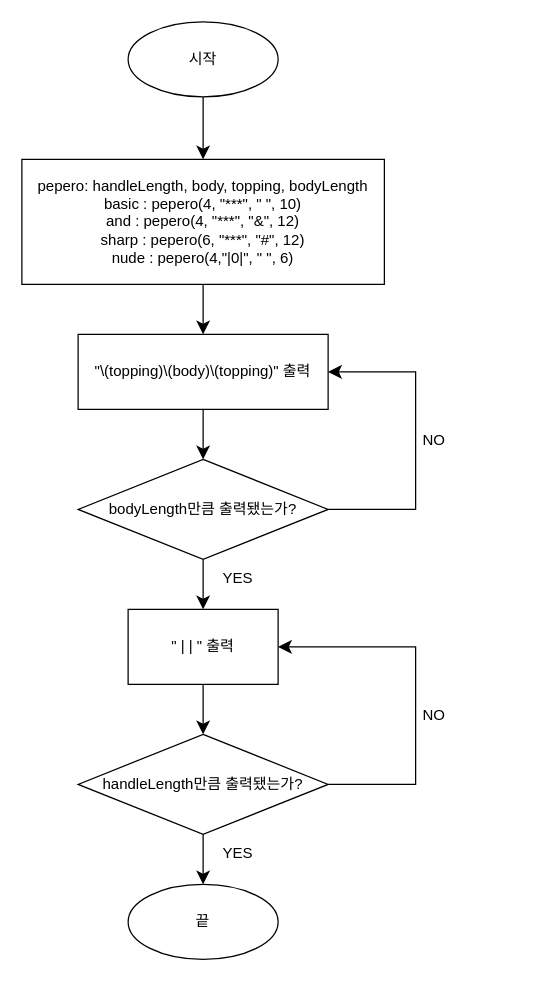
This is Round1_Step3_FlowChart.drawio from yagom-academy/swift-starter-Round1, a draw.io file, before an edit. Source tidied: cells renumbered, new cells numbered last; positions are measured from the earlier drawing's top-left corner, leaving out a move shared by most shapes. Both pictures are drawn from the tidied source at 125%, with x=0, y=0 at pixel (21, 21).
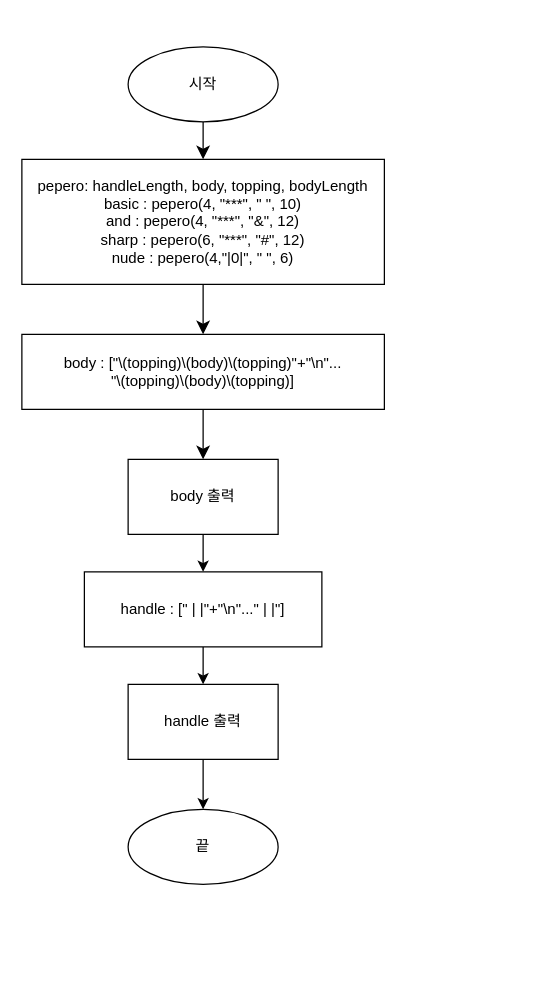
The same page after the edit.

Commit message (it also covers changes not shown here):
edit the flow chart

What changed in the source:
```diff
@@
     <mxCell id="3" value="시작" style="ellipse;whiteSpace=wrap;html=1;" parent="1" vertex="1">
-      <mxGeometry x="85" width="120" height="60" as="geometry" />
+      <mxGeometry x="85" y="20" width="120" height="60" as="geometry" />
     </mxCell>
@@
-    <mxCell id="7" style="edgeStyle=none;curved=1;rounded=0;jettySize=auto;html=1;fontSize=12;startSize=8;endSize=8;" parent="1" edge="1" source="8" target="10">
-      <mxGeometry relative="1" as="geometry" />
+    <mxCell id="7" style="edgeStyle=none;curved=1;rounded=0;jettySize=auto;html=1;fontSize=12;startSize=8;endSize=8;" parent="1" edge="1" source="8">
+      <mxGeometry relative="1" as="geometry">
+        <mxPoint x="145" y="350" as="targetPoint" />
+      </mxGeometry>
     </mxCell>
-    <mxCell id="8" value="&quot;\(topping)\(body)\(topping)&quot; 출력" style="whiteSpace=wrap;html=1;" parent="1" vertex="1">
-      <mxGeometry x="45" y="250" width="200" height="60" as="geometry" />
+    <mxCell id="8" value="body : [&quot;\(topping)\(body)\(topping)&quot;+&quot;\n&quot;...&lt;br&gt;&quot;\(topping)\(body)\(topping)]" style="whiteSpace=wrap;html=1;" parent="1" vertex="1">
+      <mxGeometry y="250" width="290" height="60" as="geometry" />
     </mxCell>
-    <mxCell id="9" style="edgeStyle=none;curved=1;rounded=0;jettySize=auto;html=1;fontSize=12;startSize=8;endSize=8;" parent="1" edge="1" source="10" target="15">
-      <mxGeometry relative="1" as="geometry" />
-    </mxCell>
-    <mxCell id="10" value="bodyLength만큼 출력됐는가?" style="rhombus;whiteSpace=wrap;html=1;" parent="1" vertex="1">
-      <mxGeometry x="45" y="350" width="200" height="80" as="geometry" />
-    </mxCell>
-    <mxCell id="11" style="endArrow=classic;html=1;rounded=0;fontSize=12;startSize=8;endSize=8;exitX=1;exitY=0.5;exitDx=0;exitDy=0;entryX=1;entryY=0.5;entryDx=0;entryDy=0;" parent="1" edge="1" source="10" target="8">
-      <mxGeometry relative="1" as="geometry">
-        <Array as="points">
-          <mxPoint x="315" y="390" />
-          <mxPoint x="315" y="280" />
-        </Array>
-      </mxGeometry>
-    </mxCell>
-    <mxCell id="12" value="NO" style="text;strokeColor=none;fillColor=none;align=left;verticalAlign=middle;spacingLeft=4;spacingRight=4;overflow=hidden;whiteSpace=wrap;html=1;" parent="1" vertex="1">
-      <mxGeometry x="315" y="320" width="80" height="30" as="geometry" />
-    </mxCell>
-    <mxCell id="13" value="YES" style="text;strokeColor=none;fillColor=none;align=left;verticalAlign=middle;spacingLeft=4;spacingRight=4;overflow=hidden;whiteSpace=wrap;html=1;" parent="1" vertex="1">
-      <mxGeometry x="155" y="430" width="80" height="30" as="geometry" />
-    </mxCell>
-    <mxCell id="14" style="edgeStyle=none;curved=1;rounded=0;jettySize=auto;html=1;fontSize=12;startSize=8;endSize=8;" parent="1" edge="1" source="15" target="17">
-      <mxGeometry relative="1" as="geometry" />
-    </mxCell>
-    <mxCell id="15" value="&quot; | | &quot; 출력" style="whiteSpace=wrap;html=1;" parent="1" vertex="1">
-      <mxGeometry x="85" y="470" width="120" height="60" as="geometry" />
-    </mxCell>
-    <mxCell id="16" style="edgeStyle=none;curved=1;rounded=0;jettySize=auto;html=1;fontSize=12;startSize=8;endSize=8;" parent="1" edge="1" source="17" target="21">
-      <mxGeometry relative="1" as="geometry" />
-    </mxCell>
-    <mxCell id="17" value="handleLength만큼 출력됐는가?" style="rhombus;whiteSpace=wrap;html=1;" parent="1" vertex="1">
-      <mxGeometry x="45" y="570" width="200" height="80" as="geometry" />
-    </mxCell>
-    <mxCell id="18" style="endArrow=classic;html=1;rounded=0;fontSize=12;startSize=8;endSize=8;exitX=1;exitY=0.5;exitDx=0;exitDy=0;entryX=1;entryY=0.5;entryDx=0;entryDy=0;" parent="1" edge="1" target="15">
-      <mxGeometry relative="1" as="geometry">
-        <mxPoint x="245" y="610" as="sourcePoint" />
-        <Array as="points">
-          <mxPoint x="315" y="610" />
-          <mxPoint x="315" y="500" />
-        </Array>
-      </mxGeometry>
-    </mxCell>
-    <mxCell id="19" value="NO" style="text;strokeColor=none;fillColor=none;align=left;verticalAlign=middle;spacingLeft=4;spacingRight=4;overflow=hidden;whiteSpace=wrap;html=1;" parent="1" vertex="1">
-      <mxGeometry x="315" y="540" width="80" height="30" as="geometry" />
-    </mxCell>
-    <mxCell id="20" value="YES" style="text;strokeColor=none;fillColor=none;align=left;verticalAlign=middle;spacingLeft=4;spacingRight=4;overflow=hidden;whiteSpace=wrap;html=1;" parent="1" vertex="1">
-      <mxGeometry x="155" y="650" width="80" height="30" as="geometry" />
-    </mxCell>
     <mxCell id="21" value="끝" style="ellipse;whiteSpace=wrap;html=1;" parent="1" vertex="1">
-      <mxGeometry x="85" y="690" width="120" height="60" as="geometry" />
+      <mxGeometry x="85" y="630" width="120" height="60" as="geometry" />
     </mxCell>
+    <mxCell id="22" style="edgeStyle=orthogonalEdgeStyle;rounded=0;jettySize=auto;html=1;" parent="1" edge="1" source="23" target="25">
+      <mxGeometry relative="1" as="geometry" />
+    </mxCell>
+    <mxCell id="23" value="body 출력" style="rounded=0;whiteSpace=wrap;html=1;" parent="1" vertex="1">
+      <mxGeometry x="85" y="350" width="120" height="60" as="geometry" />
+    </mxCell>
+    <mxCell id="24" style="edgeStyle=orthogonalEdgeStyle;rounded=0;jettySize=auto;html=1;" parent="1" edge="1" source="25" target="27">
+      <mxGeometry relative="1" as="geometry" />
+    </mxCell>
+    <mxCell id="25" value="handle : [&quot; | |&quot;+&quot;\n&quot;...&quot; | |&quot;]" style="whiteSpace=wrap;html=1;rounded=0;" parent="1" vertex="1">
+      <mxGeometry x="50" y="440" width="190" height="60" as="geometry" />
+    </mxCell>
+    <mxCell id="26" style="edgeStyle=orthogonalEdgeStyle;rounded=0;jettySize=auto;html=1;" parent="1" edge="1" source="27" target="21">
+      <mxGeometry relative="1" as="geometry" />
+    </mxCell>
+    <mxCell id="27" value="handle 출력" style="whiteSpace=wrap;html=1;rounded=0;" parent="1" vertex="1">
+      <mxGeometry x="85" y="530" width="120" height="60" as="geometry" />
+    </mxCell>
```
